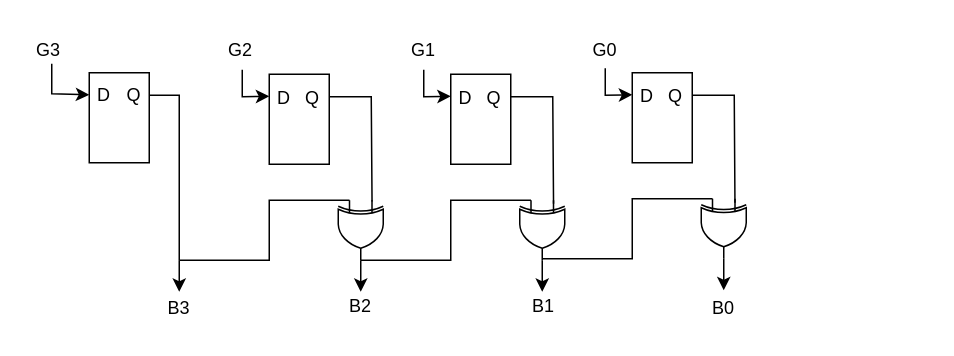
The draw.io diagram diagramas_tfm/gry2bin.drawio in tremon36/miTFM, before the edit. Source tidied: cells renumbered, new cells numbered last; positions are measured from the earlier drawing's top-left corner, leaving out a move shared by most shapes. Both pictures are drawn from the tidied source at 150%, with x=0, y=0 at pixel (26, 26).
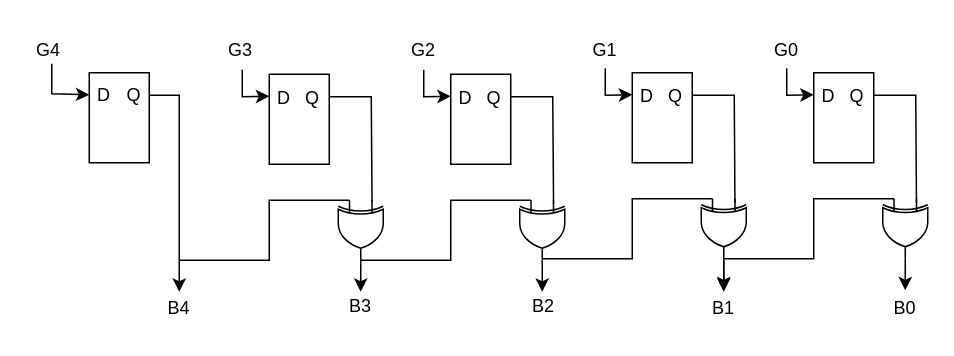
Above is the later version.

The edit, as a diff of the source:
```diff
@@
-    <mxCell id="7" value="G2" style="text;html=1;align=center;verticalAlign=middle;whiteSpace=wrap;rounded=0;" parent="1" vertex="1">
+    <mxCell id="7" value="G3" style="text;html=1;align=center;verticalAlign=middle;whiteSpace=wrap;rounded=0;" parent="1" vertex="1">
       <mxGeometry x="128" width="30" height="31" as="geometry" />
     </mxCell>
-    <mxCell id="8" value="G1" style="text;html=1;align=center;verticalAlign=middle;whiteSpace=wrap;rounded=0;" parent="1" vertex="1">
+    <mxCell id="8" value="G2" style="text;html=1;align=center;verticalAlign=middle;whiteSpace=wrap;rounded=0;" parent="1" vertex="1">
       <mxGeometry x="250" width="30" height="31" as="geometry" />
     </mxCell>
@@
-    <mxCell id="30" value="G0" style="text;html=1;align=center;verticalAlign=middle;whiteSpace=wrap;rounded=0;" parent="1" vertex="1">
+    <mxCell id="30" value="G1" style="text;html=1;align=center;verticalAlign=middle;whiteSpace=wrap;rounded=0;" parent="1" vertex="1">
       <mxGeometry x="371" width="30" height="31" as="geometry" />
     </mxCell>
-    <mxCell id="31" value="B3" style="text;html=1;align=center;verticalAlign=middle;whiteSpace=wrap;rounded=0;" parent="1" vertex="1">
+    <mxCell id="31" value="B4" style="text;html=1;align=center;verticalAlign=middle;whiteSpace=wrap;rounded=0;" parent="1" vertex="1">
       <mxGeometry x="87" y="172" width="30" height="31" as="geometry" />
     </mxCell>
-    <mxCell id="32" value="B2" style="text;html=1;align=center;verticalAlign=middle;whiteSpace=wrap;rounded=0;" parent="1" vertex="1">
+    <mxCell id="32" value="B3" style="text;html=1;align=center;verticalAlign=middle;whiteSpace=wrap;rounded=0;" parent="1" vertex="1">
       <mxGeometry x="208" y="171" width="30" height="31" as="geometry" />
     </mxCell>
-    <mxCell id="33" value="B1" style="text;html=1;align=center;verticalAlign=middle;whiteSpace=wrap;rounded=0;" parent="1" vertex="1">
+    <mxCell id="33" value="B2" style="text;html=1;align=center;verticalAlign=middle;whiteSpace=wrap;rounded=0;" parent="1" vertex="1">
       <mxGeometry x="330" y="171" width="30" height="31" as="geometry" />
     </mxCell>
-    <mxCell id="34" value="B0" style="text;html=1;align=center;verticalAlign=middle;whiteSpace=wrap;rounded=0;" parent="1" vertex="1">
+    <mxCell id="34" value="B1" style="text;html=1;align=center;verticalAlign=middle;whiteSpace=wrap;rounded=0;" parent="1" vertex="1">
       <mxGeometry x="450" y="172" width="30" height="31" as="geometry" />
     </mxCell>
-    <mxCell id="35" value="G3" style="text;html=1;align=center;verticalAlign=middle;whiteSpace=wrap;rounded=0;" parent="1" vertex="1">
+    <mxCell id="35" value="G4" style="text;html=1;align=center;verticalAlign=middle;whiteSpace=wrap;rounded=0;" parent="1" vertex="1">
       <mxGeometry width="30" height="31" as="geometry" />
     </mxCell>
@@
+    <mxCell id="40" style="endArrow=classic;html=1;rounded=0;exitX=1;exitY=0.5;exitDx=0;exitDy=0;exitPerimeter=0;" parent="1" edge="1">
+      <mxGeometry relative="1" as="geometry">
+        <mxPoint x="465" y="156" as="sourcePoint" />
+        <mxPoint x="465" y="177" as="targetPoint" />
+      </mxGeometry>
+    </mxCell>
+    <mxCell id="41" style="rounded=0;whiteSpace=wrap;html=1;" parent="1" vertex="1">
+      <mxGeometry x="525" y="31" width="40" height="60" as="geometry" />
+    </mxCell>
+    <mxCell id="42" style="endArrow=classic;html=1;rounded=0;" parent="1" edge="1">
+      <mxGeometry relative="1" as="geometry">
+        <mxPoint x="507" y="28" as="sourcePoint" />
+        <mxPoint x="525" y="45.7" as="targetPoint" />
+        <Array as="points">
+          <mxPoint x="507" y="46" />
+        </Array>
+      </mxGeometry>
+    </mxCell>
+    <mxCell id="43" style="verticalLabelPosition=bottom;shadow=0;dashed=0;align=center;html=1;verticalAlign=top;shape=mxgraph.electrical.logic_gates.logic_gate;operation=xor;rotation=90;" parent="1" vertex="1">
+      <mxGeometry x="566" y="120" width="40" height="30" as="geometry" />
+    </mxCell>
+    <mxCell id="44" style="endArrow=none;html=1;rounded=0;exitX=1;exitY=0.5;exitDx=0;exitDy=0;exitPerimeter=0;entryX=0;entryY=0.75;entryDx=0;entryDy=0;entryPerimeter=0;" parent="1" edge="1" target="43">
+      <mxGeometry relative="1" as="geometry">
+        <mxPoint x="465" y="155" as="sourcePoint" />
+        <Array as="points">
+          <mxPoint x="525" y="155" />
+          <mxPoint x="525" y="115" />
+        </Array>
+      </mxGeometry>
+    </mxCell>
+    <mxCell id="45" style="endArrow=none;html=1;rounded=0;exitX=1;exitY=0.25;exitDx=0;exitDy=0;entryX=0.068;entryY=0.251;entryDx=0;entryDy=0;entryPerimeter=0;exitPerimeter=0;" parent="1" edge="1" source="41" target="43">
+      <mxGeometry relative="1" as="geometry">
+        <Array as="points">
+          <mxPoint x="593" y="46" />
+        </Array>
+      </mxGeometry>
+    </mxCell>
+    <mxCell id="46" value="Q" style="text;html=1;align=center;verticalAlign=middle;whiteSpace=wrap;rounded=0;" parent="1" vertex="1">
+      <mxGeometry x="544" y="32" width="20" height="30" as="geometry" />
+    </mxCell>
+    <mxCell id="47" style="endArrow=classic;html=1;rounded=0;exitX=1;exitY=0.5;exitDx=0;exitDy=0;exitPerimeter=0;" parent="1" edge="1" source="43">
+      <mxGeometry relative="1" as="geometry">
+        <mxPoint x="586" y="176" as="targetPoint" />
+      </mxGeometry>
+    </mxCell>
+    <mxCell id="48" value="G0" style="text;html=1;align=center;verticalAlign=middle;whiteSpace=wrap;rounded=0;" parent="1" vertex="1">
+      <mxGeometry x="492" width="30" height="31" as="geometry" />
+    </mxCell>
+    <mxCell id="49" value="B0" style="text;html=1;align=center;verticalAlign=middle;whiteSpace=wrap;rounded=0;" parent="1" vertex="1">
+      <mxGeometry x="571" y="172" width="30" height="31" as="geometry" />
+    </mxCell>
+    <mxCell id="50" value="D" style="text;html=1;align=center;verticalAlign=middle;whiteSpace=wrap;rounded=0;" parent="1" vertex="1">
+      <mxGeometry x="525" y="32" width="20" height="30" as="geometry" />
+    </mxCell>
```
